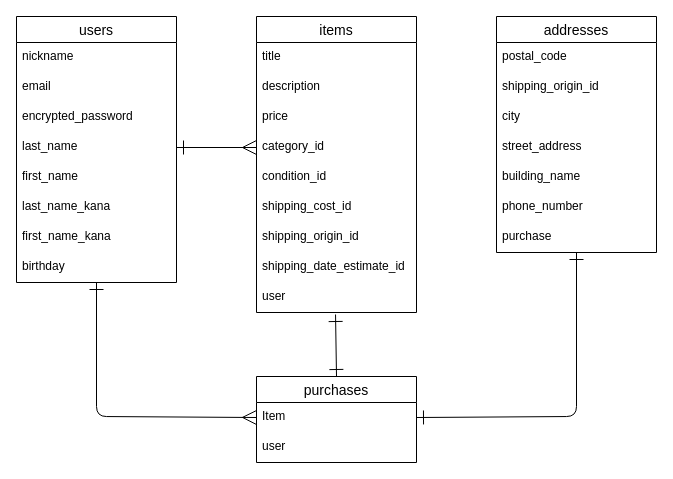
Earlier version of the draw.io diagram ER.dio (mehoni/furima-41583). Source tidied: cells renumbered, new cells numbered last; positions are measured from the earlier drawing's top-left corner, leaving out a move shared by most shapes. Both pictures are drawn from the tidied source at 100%, with x=0, y=0 at pixel (16, 16).
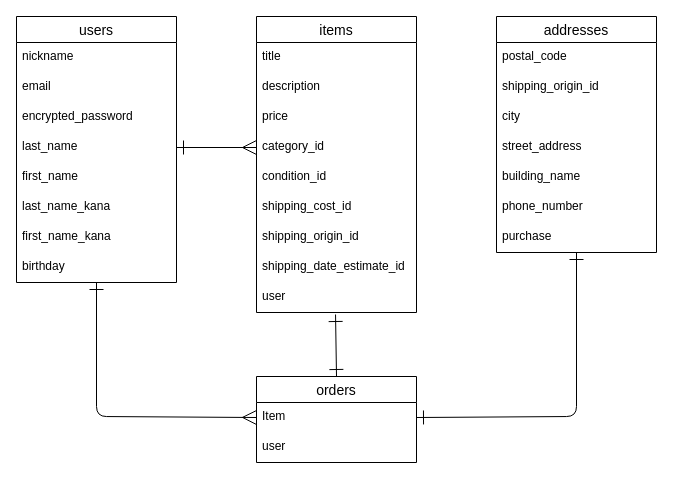
After the change.

The edit, as a diff of the source:
```diff
@@
-    <mxCell id="32" value="purchases" style="swimlane;fontStyle=0;horizontal=1;startSize=26;align=center;fontSize=14;" parent="1" vertex="1">
+    <mxCell id="32" value="orders" style="swimlane;fontStyle=0;horizontal=1;startSize=26;align=center;fontSize=14;" parent="1" vertex="1">
       <mxGeometry x="240" y="360" width="160" height="86" as="geometry" />
     </mxCell>
```
